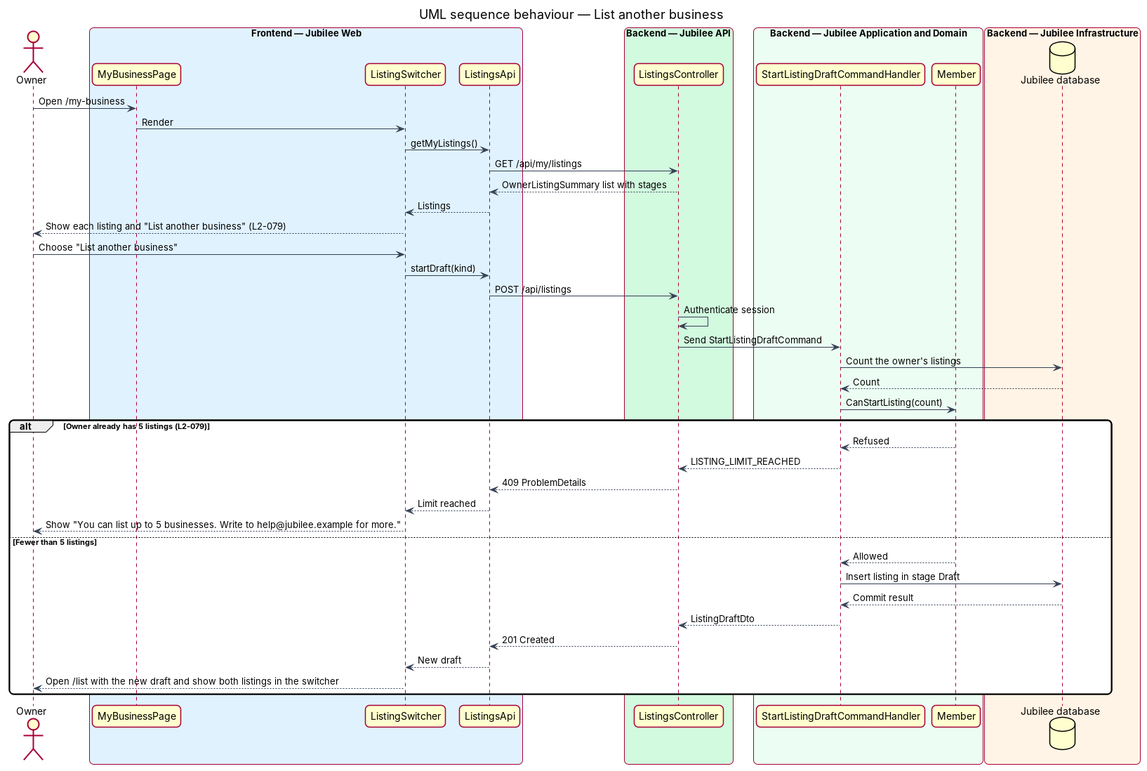
This is docs/detailed-designs/onboarding/submit-for-verification/diagrams/sequence-list-another.png from QuinntyneBrown/jubilee, a PlantUML export, as it was before one commit. Its source is kept beside it as docs/detailed-designs/onboarding/submit-for-verification/diagrams/sequence-list-another.puml. The source it was exported from:
```plantuml
@startuml
title UML sequence behaviour — List another business
skinparam backgroundColor #FFFFFF
skinparam shadowing false
skinparam roundcorner 12
skinparam defaultFontName Arial
skinparam ArrowColor #344054
skinparam rectangle {
  BorderColor #344054
  FontColor #101828
}
skinparam package {
  BorderColor #667085
  FontColor #101828
  BackgroundColor #F9FAFB
}
actor "Owner" as actor
box "Frontend — Jubilee Web" #E0F2FE
  participant "MyBusinessPage" as page
  participant "ListingSwitcher" as switcher
  participant "ListingsApi" as client
end box
box "Backend — Jubilee API" #D1FADF
  participant "ListingsController" as controller
end box
box "Backend — Jubilee Application and Domain" #ECFDF3
  participant "StartListingDraftCommandHandler" as handler
  participant "Member" as member
end box
box "Backend — Jubilee Infrastructure" #FFF4E5
  database "Jubilee database" as db
end box
actor -> page : Open /my-business
page -> switcher : Render
switcher -> client : getMyListings()
client -> controller : GET /api/my/listings
controller --> client : OwnerListingSummary list with stages
client --> switcher : Listings
switcher --> actor : Show each listing and "List another business" (L2-079)
actor -> switcher : Choose "List another business"
switcher -> client : startDraft(kind)
client -> controller : POST /api/listings
controller -> controller : Authenticate session
controller -> handler : Send StartListingDraftCommand
handler -> db : Count the owner's listings
db --> handler : Count
handler -> member : CanStartListing(count)
alt Owner already has 5 listings (L2-079)
  member --> handler : Refused
  handler --> controller : LISTING_LIMIT_REACHED
  controller --> client : 409 ProblemDetails
  client --> switcher : Limit reached
  switcher --> actor : Show "You can list up to 5 businesses. Write to help@jubilee.example for more."
else Fewer than 5 listings
  member --> handler : Allowed
  handler -> db : Insert listing in stage Draft
  db --> handler : Commit result
  handler --> controller : ListingDraftDto
  controller --> client : 201 Created
  client --> switcher : New draft
  switcher --> actor : Open /list with the new draft and show both listings in the switcher
end
@enduml
```
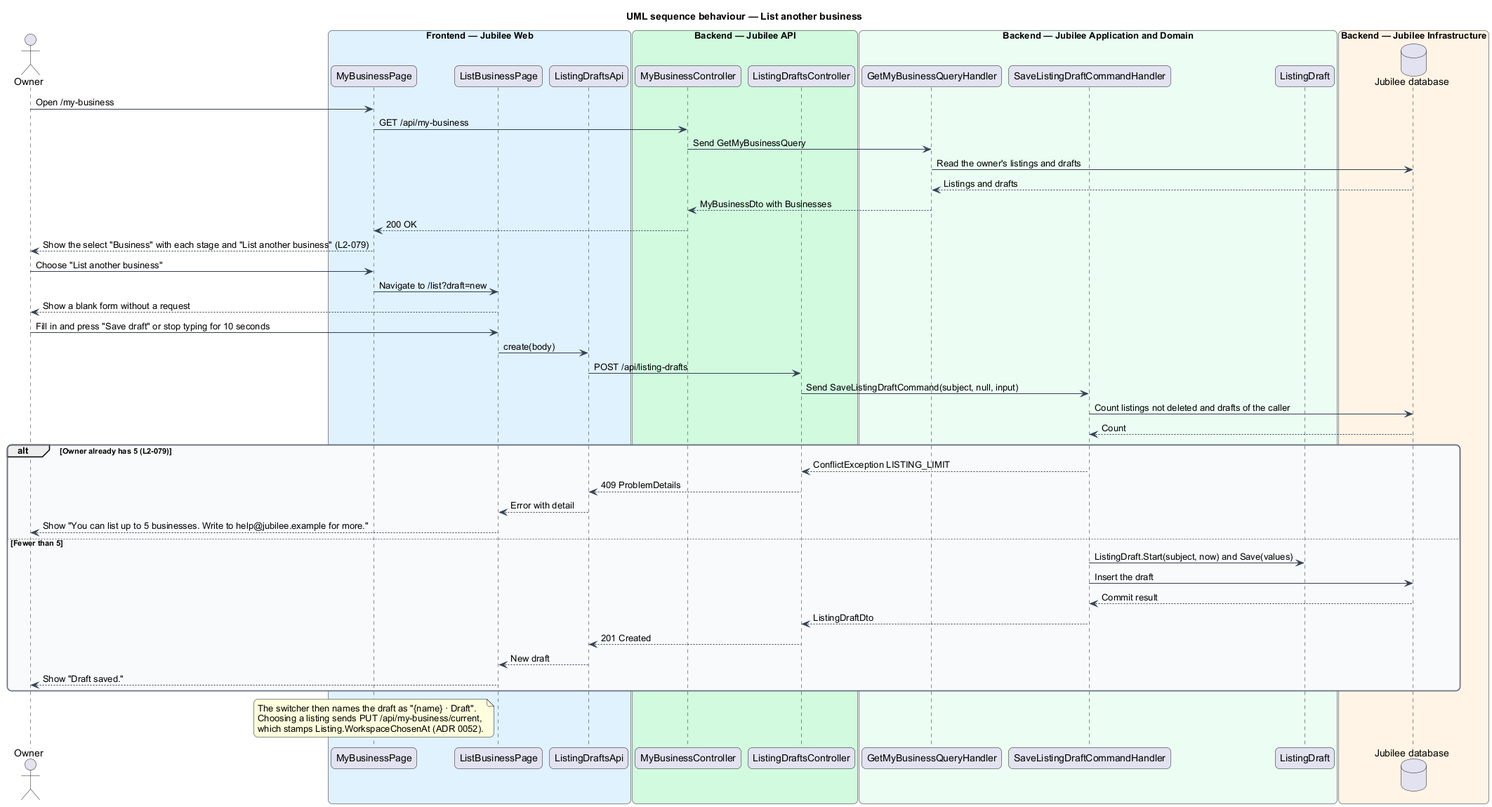
Later version of the same file.

The edit, as a diff of the source:
```diff
@@ -16,48 +16,56 @@
 }
 actor "Owner" as actor
 box "Frontend — Jubilee Web" #E0F2FE
-  participant "MyBusinessPage" as page
-  participant "ListingSwitcher" as switcher
-  participant "ListingsApi" as client
+  participant "MyBusinessPage" as mybiz
+  participant "ListBusinessPage" as page
+  participant "ListingDraftsApi" as client
 end box
 box "Backend — Jubilee API" #D1FADF
-  participant "ListingsController" as controller
+  participant "MyBusinessController" as bizctrl
+  participant "ListingDraftsController" as controller
 end box
 box "Backend — Jubilee Application and Domain" #ECFDF3
-  participant "StartListingDraftCommandHandler" as handler
-  participant "Member" as member
+  participant "GetMyBusinessQueryHandler" as overview
+  participant "SaveListingDraftCommandHandler" as handler
+  participant "ListingDraft" as entity
 end box
 box "Backend — Jubilee Infrastructure" #FFF4E5
   database "Jubilee database" as db
 end box
-actor -> page : Open /my-business
-page -> switcher : Render
-switcher -> client : getMyListings()
-client -> controller : GET /api/my/listings
-controller --> client : OwnerListingSummary list with stages
-client --> switcher : Listings
-switcher --> actor : Show each listing and "List another business" (L2-079)
-actor -> switcher : Choose "List another business"
-switcher -> client : startDraft(kind)
-client -> controller : POST /api/listings
-controller -> controller : Authenticate session
-controller -> handler : Send StartListingDraftCommand
-handler -> db : Count the owner's listings
+actor -> mybiz : Open /my-business
+mybiz -> bizctrl : GET /api/my-business
+bizctrl -> overview : Send GetMyBusinessQuery
+overview -> db : Read the owner's listings and drafts
+db --> overview : Listings and drafts
+overview --> bizctrl : MyBusinessDto with Businesses
+bizctrl --> mybiz : 200 OK
+mybiz --> actor : Show the select "Business" with each stage and "List another business" (L2-079)
+actor -> mybiz : Choose "List another business"
+mybiz -> page : Navigate to /list?draft=new
+page --> actor : Show a blank form without a request
+actor -> page : Fill in and press "Save draft" or stop typing for 10 seconds
+page -> client : create(body)
+client -> controller : POST /api/listing-drafts
+controller -> handler : Send SaveListingDraftCommand(subject, null, input)
+handler -> db : Count listings not deleted and drafts of the caller
 db --> handler : Count
-handler -> member : CanStartListing(count)
-alt Owner already has 5 listings (L2-079)
-  member --> handler : Refused
-  handler --> controller : LISTING_LIMIT_REACHED
+alt Owner already has 5 (L2-079)
+  handler --> controller : ConflictException LISTING_LIMIT
   controller --> client : 409 ProblemDetails
-  client --> switcher : Limit reached
-  switcher --> actor : Show "You can list up to 5 businesses. Write to help@jubilee.example for more."
-else Fewer than 5 listings
-  member --> handler : Allowed
-  handler -> db : Insert listing in stage Draft
+  client --> page : Error with detail
+  page --> actor : Show "You can list up to 5 businesses. Write to help@jubilee.example for more."
+else Fewer than 5
+  handler -> entity : ListingDraft.Start(subject, now) and Save(values)
+  handler -> db : Insert the draft
   db --> handler : Commit result
   handler --> controller : ListingDraftDto
   controller --> client : 201 Created
-  client --> switcher : New draft
-  switcher --> actor : Open /list with the new draft and show both listings in the switcher
+  client --> page : New draft
+  page --> actor : Show "Draft saved."
 end
+note over mybiz
+  The switcher then names the draft as "{name} · Draft".
+  Choosing a listing sends PUT /api/my-business/current,
+  which stamps Listing.WorkspaceChosenAt (ADR 0052).
+end note
 @enduml
```
